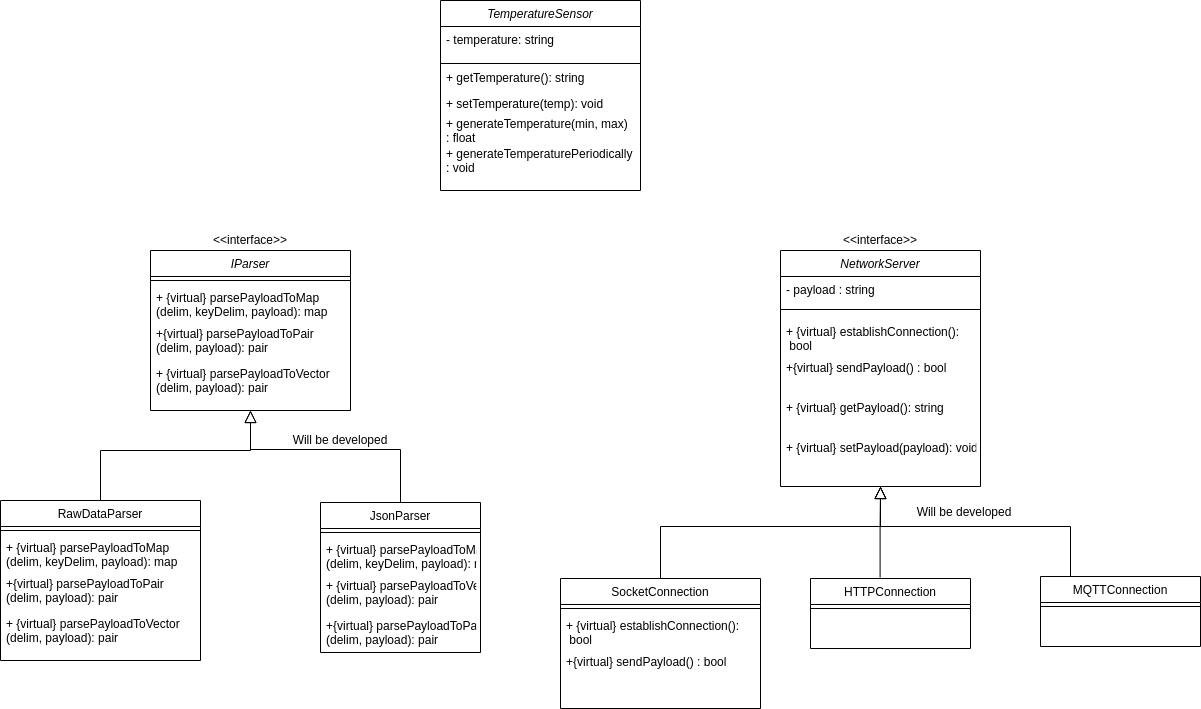
Above: document/readme/Class Digram-Server.png in OmarMohamedAwad/forest_fire_forecasting (draw.io), before the change. Source tidied: cells renumbered, new cells last; positions are measured from the earlier drawing's top-left corner, leaving out a move shared by most shapes. Its diagram source:
```xml
<mxGraphModel>
  <root>
    <mxCell id="0" />
    <mxCell id="1" parent="0" />
    <mxCell id="2" value="IParser" style="swimlane;fontStyle=2;align=center;verticalAlign=top;horizontal=1;startSize=26;rounded=0;shadow=0;strokeWidth=1;" parent="1" vertex="1">
      <mxGeometry x="150" y="250" width="200" height="160" as="geometry" />
    </mxCell>
    <mxCell id="3" style="line;html=1;strokeWidth=1;align=left;verticalAlign=middle;spacingTop=-1;spacingLeft=3;spacingRight=3;labelPosition=right;" parent="2" vertex="1">
      <mxGeometry y="26" width="200" height="8" as="geometry" />
    </mxCell>
    <mxCell id="4" value="+ {virtual} parsePayloadToMap &#10;(delim, keyDelim, payload): map" style="text;align=left;verticalAlign=top;spacingLeft=4;spacingRight=4;overflow=hidden;" parent="2" vertex="1">
      <mxGeometry y="34" width="200" height="36" as="geometry" />
    </mxCell>
    <mxCell id="5" value="+{virtual} parsePayloadToPair &#10;(delim, payload): pair" style="text;align=left;verticalAlign=top;spacingLeft=4;spacingRight=4;overflow=hidden;" parent="2" vertex="1">
      <mxGeometry y="70" width="200" height="40" as="geometry" />
    </mxCell>
    <mxCell id="6" value="+ {virtual} parsePayloadToVector &#10;(delim, payload): pair" style="text;align=left;verticalAlign=top;spacingLeft=4;spacingRight=4;overflow=hidden;" parent="2" vertex="1">
      <mxGeometry y="110" width="200" height="40" as="geometry" />
    </mxCell>
    <mxCell id="7" value="RawDataParser" style="swimlane;fontStyle=0;align=center;verticalAlign=top;horizontal=1;startSize=26;rounded=0;shadow=0;strokeWidth=1;" parent="1" vertex="1">
      <mxGeometry y="500" width="200" height="160" as="geometry" />
    </mxCell>
    <mxCell id="8" style="line;html=1;strokeWidth=1;align=left;verticalAlign=middle;spacingTop=-1;spacingLeft=3;spacingRight=3;labelPosition=right;" parent="7" vertex="1">
      <mxGeometry y="26" width="200" height="8" as="geometry" />
    </mxCell>
    <mxCell id="9" value="+ {virtual} parsePayloadToMap &#10;(delim, keyDelim, payload): map" style="text;align=left;verticalAlign=top;spacingLeft=4;spacingRight=4;overflow=hidden;" parent="7" vertex="1">
      <mxGeometry y="34" width="200" height="36" as="geometry" />
    </mxCell>
    <mxCell id="10" value="+{virtual} parsePayloadToPair &#10;(delim, payload): pair" style="text;align=left;verticalAlign=top;spacingLeft=4;spacingRight=4;overflow=hidden;" parent="7" vertex="1">
      <mxGeometry y="70" width="200" height="40" as="geometry" />
    </mxCell>
    <mxCell id="11" value="+ {virtual} parsePayloadToVector &#10;(delim, payload): pair" style="text;align=left;verticalAlign=top;spacingLeft=4;spacingRight=4;overflow=hidden;" parent="7" vertex="1">
      <mxGeometry y="110" width="200" height="40" as="geometry" />
    </mxCell>
    <mxCell id="12" style="endArrow=block;endSize=10;endFill=0;shadow=0;strokeWidth=1;rounded=0;edgeStyle=elbowEdgeStyle;elbow=vertical;" parent="1" edge="1" source="7">
      <mxGeometry relative="1" as="geometry">
        <mxPoint x="250" y="410" as="targetPoint" />
        <Array as="points">
          <mxPoint x="270" y="450" />
        </Array>
      </mxGeometry>
    </mxCell>
    <mxCell id="13" value="JsonParser" style="swimlane;fontStyle=0;align=center;verticalAlign=top;horizontal=1;startSize=26;rounded=0;shadow=0;strokeWidth=1;" parent="1" vertex="1">
      <mxGeometry x="320" y="502" width="160" height="150" as="geometry" />
    </mxCell>
    <mxCell id="14" style="line;html=1;strokeWidth=1;align=left;verticalAlign=middle;spacingTop=-1;spacingLeft=3;spacingRight=3;labelPosition=right;" parent="13" vertex="1">
      <mxGeometry y="26" width="160" height="8" as="geometry" />
    </mxCell>
    <mxCell id="15" value="+ {virtual} parsePayloadToMap &#10;(delim, keyDelim, payload): map" style="text;align=left;verticalAlign=top;spacingLeft=4;spacingRight=4;overflow=hidden;" parent="13" vertex="1">
      <mxGeometry y="34" width="160" height="36" as="geometry" />
    </mxCell>
    <mxCell id="16" value="+ {virtual} parsePayloadToVector &#10;(delim, payload): pair" style="text;align=left;verticalAlign=top;spacingLeft=4;spacingRight=4;overflow=hidden;" parent="13" vertex="1">
      <mxGeometry y="70" width="160" height="40" as="geometry" />
    </mxCell>
    <mxCell id="17" value="+{virtual} parsePayloadToPair &#10;(delim, payload): pair" style="text;align=left;verticalAlign=top;spacingLeft=4;spacingRight=4;overflow=hidden;" parent="13" vertex="1">
      <mxGeometry y="110" width="160" height="40" as="geometry" />
    </mxCell>
    <mxCell id="18" style="endArrow=block;endSize=10;endFill=0;shadow=0;strokeWidth=1;rounded=0;edgeStyle=elbowEdgeStyle;elbow=vertical;entryX=0.5;entryY=1;entryDx=0;entryDy=0;" parent="1" edge="1" source="13" target="2">
      <mxGeometry relative="1" as="geometry">
        <Array as="points">
          <mxPoint x="270" y="449" />
        </Array>
      </mxGeometry>
    </mxCell>
    <mxCell id="19" value="NetworkServer" style="swimlane;fontStyle=2;align=center;verticalAlign=top;horizontal=1;startSize=26;rounded=0;shadow=0;strokeWidth=1;" parent="1" vertex="1">
      <mxGeometry x="780" y="250" width="200" height="236" as="geometry" />
    </mxCell>
    <mxCell id="20" value="- payload : string" style="text;align=left;verticalAlign=top;spacingLeft=4;spacingRight=4;overflow=hidden;" parent="19" vertex="1">
      <mxGeometry y="26" width="200" height="24" as="geometry" />
    </mxCell>
    <mxCell id="21" style="line;html=1;strokeWidth=1;align=left;verticalAlign=middle;spacingTop=-1;spacingLeft=3;spacingRight=3;labelPosition=right;" parent="19" vertex="1">
      <mxGeometry y="50" width="200" height="18" as="geometry" />
    </mxCell>
    <mxCell id="22" value="+ {virtual} establishConnection():&#10; bool" style="text;align=left;verticalAlign=top;spacingLeft=4;spacingRight=4;overflow=hidden;" parent="19" vertex="1">
      <mxGeometry y="68" width="200" height="36" as="geometry" />
    </mxCell>
    <mxCell id="23" value="+{virtual} sendPayload() : bool" style="text;align=left;verticalAlign=top;spacingLeft=4;spacingRight=4;overflow=hidden;" parent="19" vertex="1">
      <mxGeometry y="104" width="200" height="40" as="geometry" />
    </mxCell>
    <mxCell id="24" value="+ {virtual} getPayload(): string" style="text;align=left;verticalAlign=top;spacingLeft=4;spacingRight=4;overflow=hidden;" parent="19" vertex="1">
      <mxGeometry y="144" width="200" height="40" as="geometry" />
    </mxCell>
    <mxCell id="25" value="+ {virtual} setPayload(payload): void" style="text;align=left;verticalAlign=top;spacingLeft=4;spacingRight=4;overflow=hidden;" parent="19" vertex="1">
      <mxGeometry y="184" width="200" height="40" as="geometry" />
    </mxCell>
    <mxCell id="26" value="SocketConnection" style="swimlane;fontStyle=0;align=center;verticalAlign=top;horizontal=1;startSize=26;rounded=0;shadow=0;strokeWidth=1;" parent="1" vertex="1">
      <mxGeometry x="560" y="578" width="200" height="130" as="geometry" />
    </mxCell>
    <mxCell id="27" style="line;html=1;strokeWidth=1;align=left;verticalAlign=middle;spacingTop=-1;spacingLeft=3;spacingRight=3;labelPosition=right;" parent="26" vertex="1">
      <mxGeometry y="26" width="200" height="8" as="geometry" />
    </mxCell>
    <mxCell id="28" value="+ {virtual} establishConnection():&#10; bool" style="text;align=left;verticalAlign=top;spacingLeft=4;spacingRight=4;overflow=hidden;" parent="26" vertex="1">
      <mxGeometry y="34" width="200" height="36" as="geometry" />
    </mxCell>
    <mxCell id="29" value="+{virtual} sendPayload() : bool" style="text;align=left;verticalAlign=top;spacingLeft=4;spacingRight=4;overflow=hidden;" parent="26" vertex="1">
      <mxGeometry y="70" width="200" height="40" as="geometry" />
    </mxCell>
    <mxCell id="30" style="endArrow=block;endSize=10;endFill=0;shadow=0;strokeWidth=1;rounded=0;edgeStyle=elbowEdgeStyle;elbow=vertical;" parent="1" edge="1" source="26">
      <mxGeometry relative="1" as="geometry">
        <mxPoint x="880" y="486" as="targetPoint" />
        <Array as="points">
          <mxPoint x="910" y="526" />
        </Array>
      </mxGeometry>
    </mxCell>
    <mxCell id="31" value="HTTPConnection" style="swimlane;fontStyle=0;align=center;verticalAlign=top;horizontal=1;startSize=26;rounded=0;shadow=0;strokeWidth=1;" parent="1" vertex="1">
      <mxGeometry x="810" y="578" width="160" height="70" as="geometry" />
    </mxCell>
    <mxCell id="32" style="line;html=1;strokeWidth=1;align=left;verticalAlign=middle;spacingTop=-1;spacingLeft=3;spacingRight=3;labelPosition=right;" parent="31" vertex="1">
      <mxGeometry y="26" width="160" height="8" as="geometry" />
    </mxCell>
    <mxCell id="33" style="endArrow=block;endSize=10;endFill=0;shadow=0;strokeWidth=1;rounded=0;edgeStyle=elbowEdgeStyle;elbow=vertical;exitX=0.435;exitY=-0.013;exitDx=0;exitDy=0;exitPerimeter=0;" parent="1" edge="1" source="31">
      <mxGeometry relative="1" as="geometry">
        <mxPoint x="880" y="486" as="targetPoint" />
        <Array as="points">
          <mxPoint x="910" y="525" />
        </Array>
      </mxGeometry>
    </mxCell>
    <mxCell id="34" value="MQTTConnection" style="swimlane;fontStyle=0;align=center;verticalAlign=top;horizontal=1;startSize=26;rounded=0;shadow=0;strokeWidth=1;" parent="1" vertex="1">
      <mxGeometry x="1040" y="576" width="160" height="70" as="geometry" />
    </mxCell>
    <mxCell id="35" style="line;html=1;strokeWidth=1;align=left;verticalAlign=middle;spacingTop=-1;spacingLeft=3;spacingRight=3;labelPosition=right;" parent="34" vertex="1">
      <mxGeometry y="26" width="160" height="8" as="geometry" />
    </mxCell>
    <mxCell id="36" style="endArrow=block;endSize=10;endFill=0;shadow=0;strokeWidth=1;rounded=0;edgeStyle=elbowEdgeStyle;elbow=vertical;" parent="1" edge="1" source="34">
      <mxGeometry relative="1" as="geometry">
        <mxPoint x="880" y="486" as="targetPoint" />
        <Array as="points">
          <mxPoint x="1070" y="526" />
        </Array>
      </mxGeometry>
    </mxCell>
    <mxCell id="37" value="TemperatureSensor" style="swimlane;fontStyle=2;align=center;verticalAlign=top;horizontal=1;startSize=26;rounded=0;shadow=0;strokeWidth=1;" parent="1" vertex="1">
      <mxGeometry x="440" width="200" height="190" as="geometry" />
    </mxCell>
    <mxCell id="38" value="- temperature: string" style="text;align=left;verticalAlign=top;spacingLeft=4;spacingRight=4;overflow=hidden;" parent="37" vertex="1">
      <mxGeometry y="26" width="200" height="36" as="geometry" />
    </mxCell>
    <mxCell id="39" style="line;html=1;strokeWidth=1;align=left;verticalAlign=middle;spacingTop=-1;spacingLeft=3;spacingRight=3;labelPosition=right;" parent="37" vertex="1">
      <mxGeometry y="62" width="200" height="2" as="geometry" />
    </mxCell>
    <mxCell id="40" value="+ getTemperature(): string" style="text;align=left;verticalAlign=top;spacingLeft=4;spacingRight=4;overflow=hidden;" parent="37" vertex="1">
      <mxGeometry y="64" width="200" height="26" as="geometry" />
    </mxCell>
    <mxCell id="41" value="+ setTemperature(temp): void" style="text;align=left;verticalAlign=top;spacingLeft=4;spacingRight=4;overflow=hidden;" parent="37" vertex="1">
      <mxGeometry y="90" width="200" height="20" as="geometry" />
    </mxCell>
    <mxCell id="42" value="+ generateTemperature(min, max)&#10;: float" style="text;align=left;verticalAlign=top;spacingLeft=4;spacingRight=4;overflow=hidden;" parent="37" vertex="1">
      <mxGeometry y="110" width="200" height="30" as="geometry" />
    </mxCell>
    <mxCell id="43" value="+ generateTemperaturePeriodically&#10;: void" style="text;align=left;verticalAlign=top;spacingLeft=4;spacingRight=4;overflow=hidden;" parent="37" vertex="1">
      <mxGeometry y="140" width="200" height="30" as="geometry" />
    </mxCell>
    <mxCell id="44" value="&amp;lt;&amp;lt;interface&amp;gt;&amp;gt;" style="text;html=1;strokeColor=none;fillColor=none;align=center;verticalAlign=middle;whiteSpace=wrap;rounded=0;" parent="1" vertex="1">
      <mxGeometry x="230" y="230" width="40" height="20" as="geometry" />
    </mxCell>
    <mxCell id="45" value="&amp;lt;&amp;lt;interface&amp;gt;&amp;gt;" style="text;html=1;strokeColor=none;fillColor=none;align=center;verticalAlign=middle;whiteSpace=wrap;rounded=0;" parent="1" vertex="1">
      <mxGeometry x="860" y="230" width="40" height="20" as="geometry" />
    </mxCell>
    <mxCell id="46" value="Will be developed" style="text;html=1;strokeColor=none;fillColor=none;align=center;verticalAlign=middle;whiteSpace=wrap;rounded=0;" parent="1" vertex="1">
      <mxGeometry x="280" y="430" width="120" height="20" as="geometry" />
    </mxCell>
    <mxCell id="47" value="Will be developed" style="text;html=1;strokeColor=none;fillColor=none;align=center;verticalAlign=middle;whiteSpace=wrap;rounded=0;" parent="1" vertex="1">
      <mxGeometry x="904" y="502" width="120" height="20" as="geometry" />
    </mxCell>
  </root>
</mxGraphModel>
```
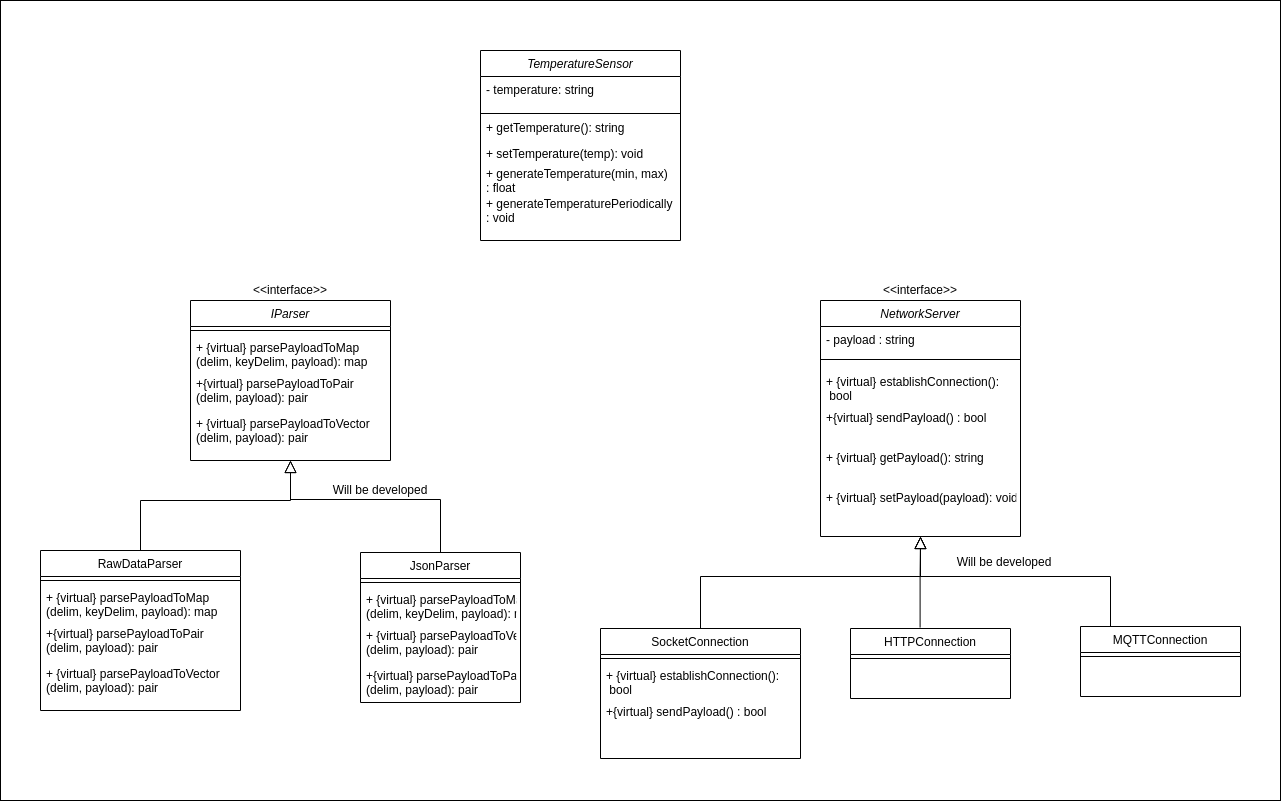
The same file after the commit.

Diff of the diagram source:
```diff
@@ -2,6 +2,9 @@
   <root>
     <mxCell id="0" />
     <mxCell id="1" parent="0" />
+    <mxCell id="48" style="rounded=0;whiteSpace=wrap;html=1;" parent="1" vertex="1">
+      <mxGeometry x="-40" y="-50" width="1280" height="800" as="geometry" />
+    </mxCell>
     <mxCell id="2" value="IParser" style="swimlane;fontStyle=2;align=center;verticalAlign=top;horizontal=1;startSize=26;rounded=0;shadow=0;strokeWidth=1;" parent="1" vertex="1">
       <mxGeometry x="150" y="250" width="200" height="160" as="geometry" />
     </mxCell>
```
